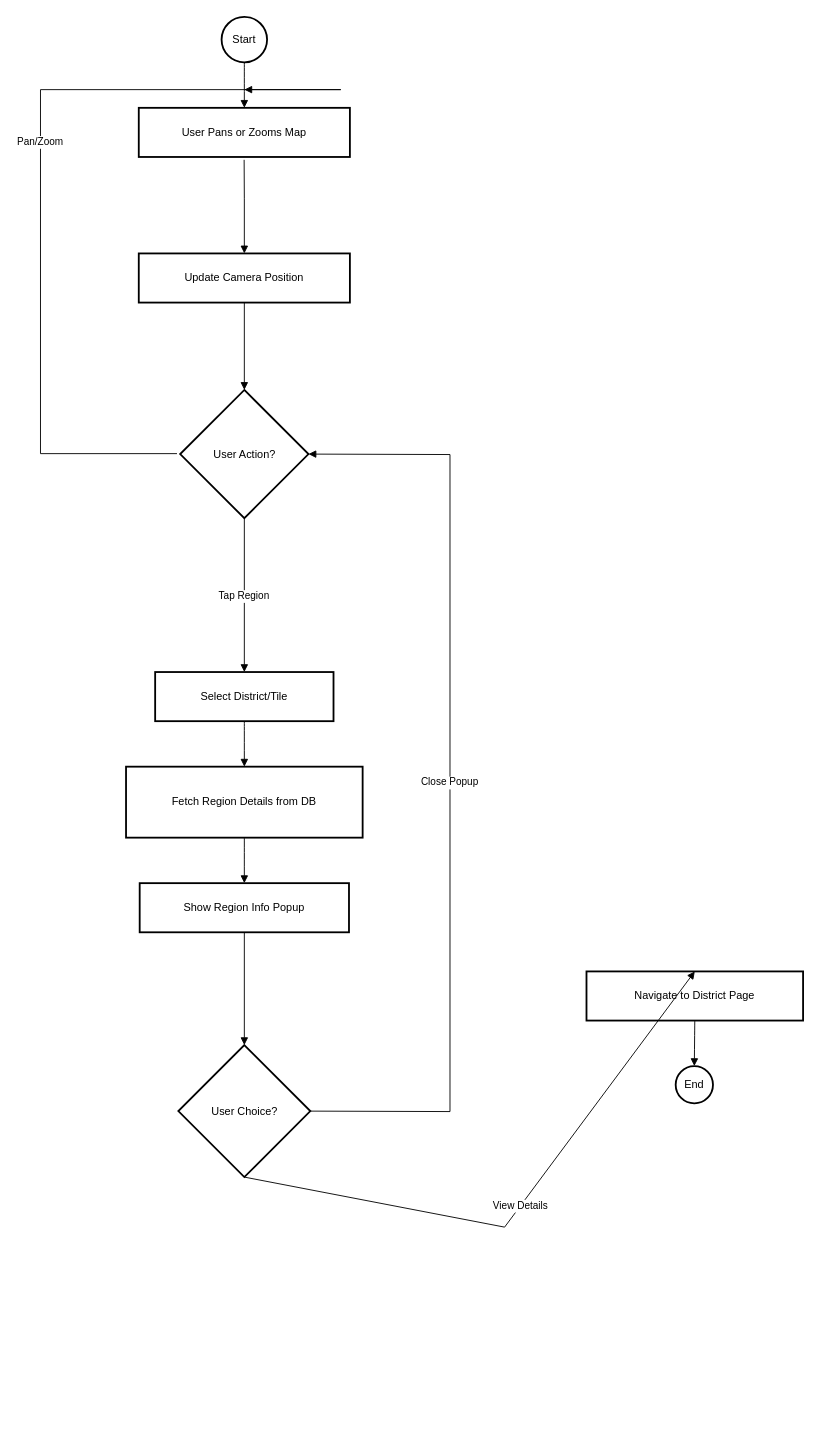
Above: SDGP_Interactive_Map_Activity_Diagram.drawio in Anuja-jayasinghe/DrawIo_Projects (draw.io), before the change. Source tidied: cells renumbered, new cells numbered last; positions are measured from the earlier drawing's top-left corner, leaving out a move shared by most shapes. Both pictures are drawn from the tidied source at 91%, with x=0, y=0 at pixel (40, 16).
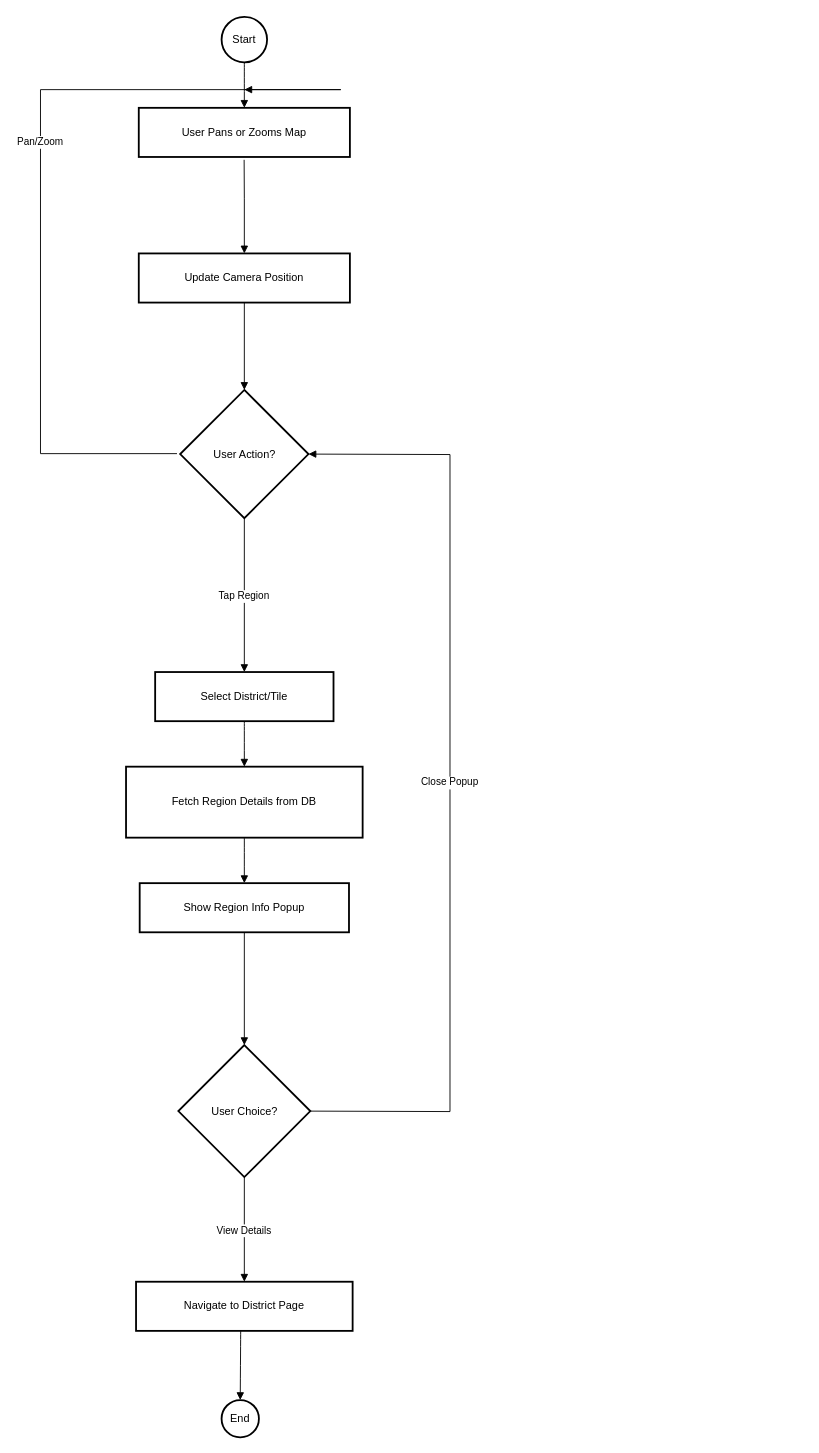
Above is the later version.

Unchanged cells that the change refers to:
```xml
<mxCell id="9" value="User Choice?" style="rhombus;strokeWidth=2;whiteSpace=wrap;" parent="1" vertex="1">
  <mxGeometry x="151.5" y="1130" width="145" height="145" as="geometry" />
</mxCell>
```

Diff of the diagram source:
```diff
@@
     <mxCell id="10" value="Navigate to District Page" style="whiteSpace=wrap;strokeWidth=2;" parent="1" vertex="1">
-      <mxGeometry x="600" y="1049" width="238" height="54" as="geometry" />
+      <mxGeometry x="105" y="1390" width="238" height="54" as="geometry" />
     </mxCell>
     <mxCell id="11" value="End" style="ellipse;strokeWidth=2;whiteSpace=wrap;" parent="1" vertex="1">
-      <mxGeometry x="698" y="1153" width="41" height="41" as="geometry" />
+      <mxGeometry x="199" y="1520" width="41" height="41" as="geometry" />
     </mxCell>
@@
     <mxCell id="21" value="View Details" style="curved=0;startArrow=none;endArrow=block;exitX=0.5;exitY=1;entryX=0.5;entryY=0;rounded=0;" parent="1" edge="1" source="9" target="10">
-      <mxGeometry relative="1" as="geometry">
-        <Array as="points">
-          <mxPoint x="510" y="1330" />
-        </Array>
-      </mxGeometry>
+      <mxGeometry relative="1" as="geometry" />
     </mxCell>
-    <mxCell id="22" style="curved=1;startArrow=none;endArrow=block;exitX=0.5;exitY=1;entryX=0.51;entryY=0;rounded=0;" parent="1" edge="1" source="10" target="11">
-      <mxGeometry relative="1" as="geometry" />
+    <mxCell id="22" style="curved=1;startArrow=none;endArrow=block;entryX=0.51;entryY=0;rounded=0;" parent="1" edge="1" target="11">
+      <mxGeometry relative="1" as="geometry">
+        <mxPoint x="220" y="1444" as="sourcePoint" />
+      </mxGeometry>
     </mxCell>
```
